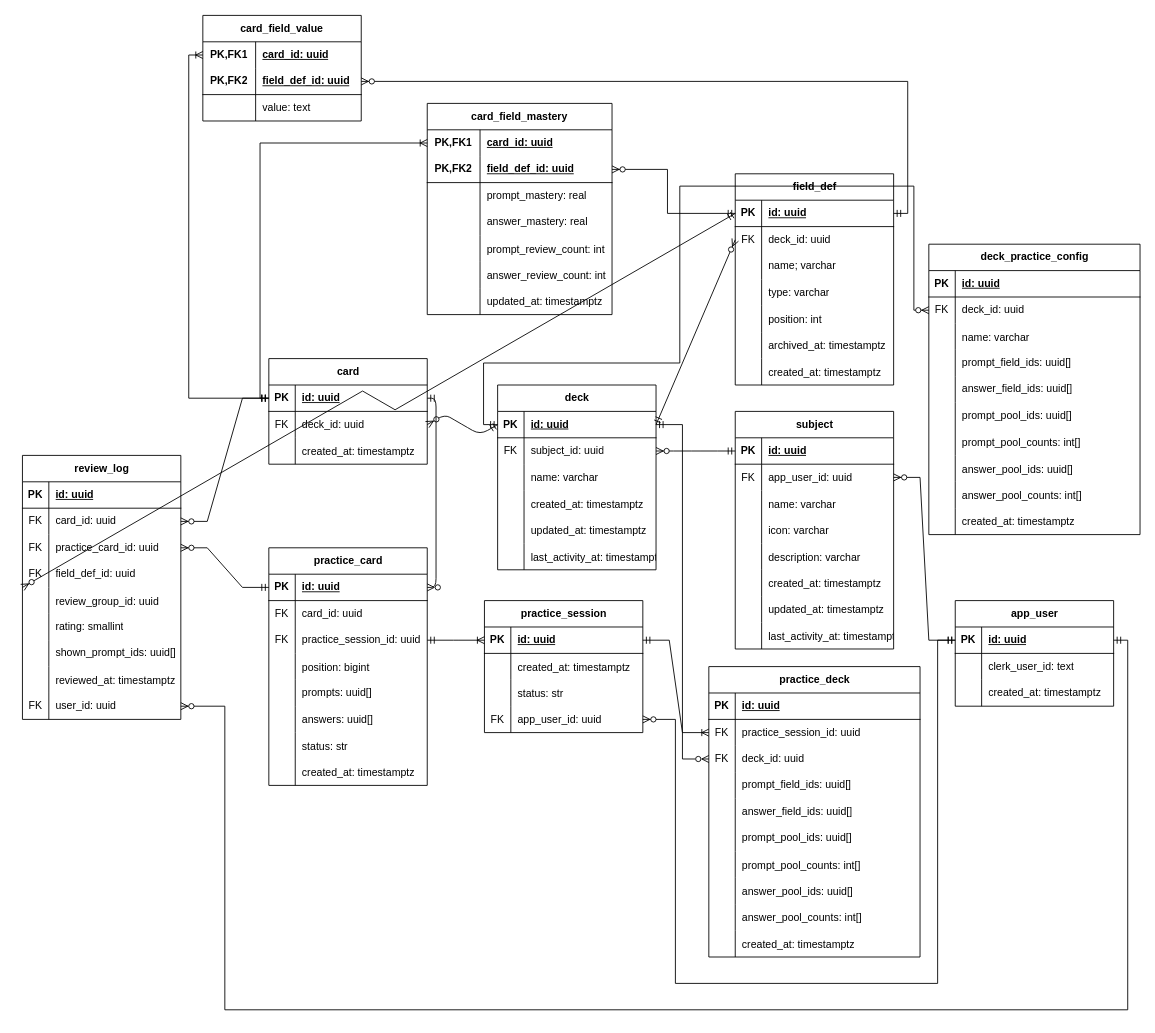
Before: docs/Flashy-ERD.drawio in lushihui51/Flashy, a draw.io diagram. Source tidied: cells renumbered, new cells numbered last; positions are measured from the earlier drawing's top-left corner, leaving out a move shared by most shapes. Both pictures are drawn from the tidied source at 88%, with x=0, y=0 at pixel (22, 15).
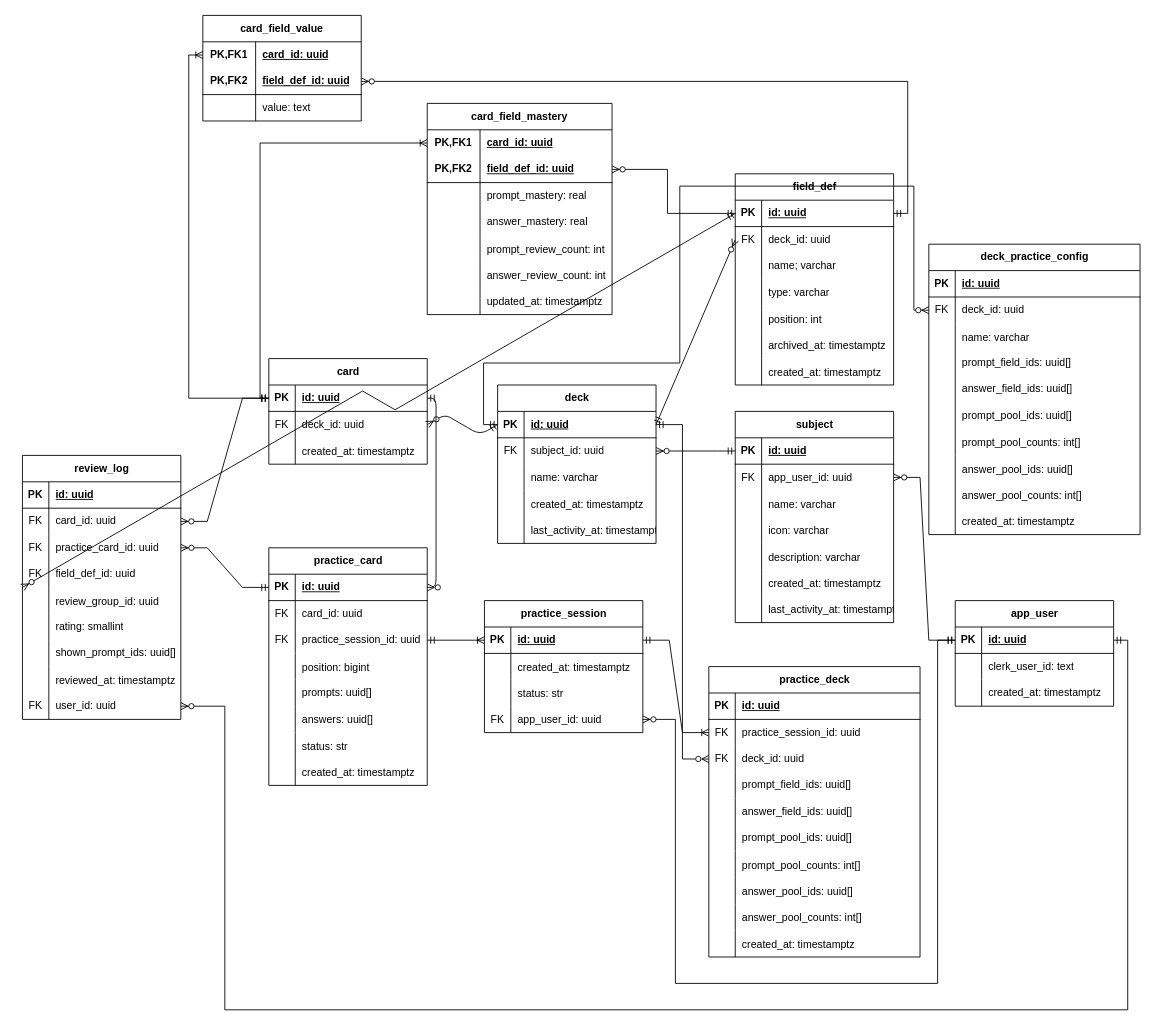
The same diagram, later.

Commit message:
Fix: remove useless update attribute in Deck and Subject

Diff of the diagram source:
```diff
@@
     <mxCell id="12" value="deck" style="shape=table;startSize=30;childLayout=tableLayout;rowLines=0;fontStyle=1;align=center;html=1;" parent="1" vertex="1">
-      <mxGeometry x="540" y="420" width="180" height="210" as="geometry" />
+      <mxGeometry x="540" y="420" width="180" height="180" as="geometry" />
     </mxCell>
@@
-    <mxCell id="25" style="shape=tableRow;horizontal=0;startSize=0;swimlaneHead=0;swimlaneBody=0;fillColor=none;top=0;left=0;right=0;bottom=0;" parent="12" vertex="1">
-      <mxGeometry y="150" width="180" height="30" as="geometry" />
-    </mxCell>
-    <mxCell id="26" style="shape=partialRectangle;fillColor=none;top=0;left=0;bottom=0;right=0;overflow=hidden;" parent="25" vertex="1">
-      <mxGeometry width="30" height="30" as="geometry" />
-    </mxCell>
-    <mxCell id="27" value="updated_at: timestamptz" style="shape=partialRectangle;fillColor=none;top=0;left=0;bottom=0;right=0;align=left;spacingLeft=6;overflow=hidden;" parent="25" vertex="1">
-      <mxGeometry x="30" width="150" height="30" as="geometry" />
-    </mxCell>
     <mxCell id="28" style="shape=tableRow;horizontal=0;startSize=0;swimlaneHead=0;swimlaneBody=0;fillColor=none;top=0;left=0;right=0;bottom=0;" parent="12" vertex="1">
-      <mxGeometry y="180" width="180" height="30" as="geometry" />
+      <mxGeometry y="150" width="180" height="30" as="geometry" />
     </mxCell>
@@
     <mxCell id="31" value="subject" style="shape=table;startSize=30;childLayout=tableLayout;rowLines=0;fontStyle=1;align=center;html=1;" parent="1" vertex="1">
-      <mxGeometry x="810" y="450" width="180" height="270" as="geometry" />
+      <mxGeometry x="810" y="450" width="180" height="240" as="geometry" />
     </mxCell>
@@
-    <mxCell id="50" style="shape=tableRow;horizontal=0;startSize=0;swimlaneHead=0;swimlaneBody=0;fillColor=none;top=0;left=0;right=0;bottom=0;" parent="31" vertex="1">
-      <mxGeometry y="210" width="180" height="30" as="geometry" />
-    </mxCell>
-    <mxCell id="51" style="shape=partialRectangle;fillColor=none;top=0;left=0;bottom=0;right=0;overflow=hidden;" parent="50" vertex="1">
-      <mxGeometry width="30" height="30" as="geometry" />
-    </mxCell>
-    <mxCell id="52" value="updated_at: timestamptz" style="shape=partialRectangle;fillColor=none;top=0;left=0;bottom=0;right=0;align=left;spacingLeft=6;overflow=hidden;" parent="50" vertex="1">
-      <mxGeometry x="30" width="150" height="30" as="geometry" />
-    </mxCell>
     <mxCell id="53" style="shape=tableRow;horizontal=0;startSize=0;swimlaneHead=0;swimlaneBody=0;fillColor=none;top=0;left=0;right=0;bottom=0;" parent="31" vertex="1">
-      <mxGeometry y="240" width="180" height="30" as="geometry" />
+      <mxGeometry y="210" width="180" height="30" as="geometry" />
     </mxCell>
```
